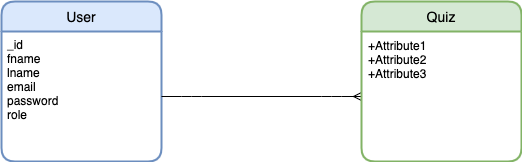
The draw.io diagram Quiz-App.png in thisisharrison/quiz-app, before a commit. Source tidied: cells renumbered, new cells last; positions are measured from the earlier drawing's top-left corner, leaving out a move shared by most shapes.
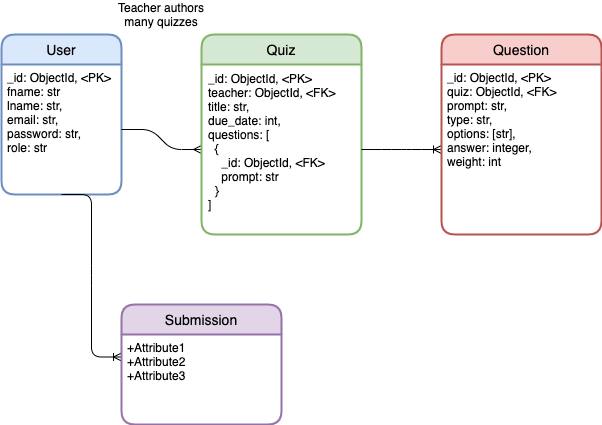
The same file after the commit.

The edit, as a diff of the source:
```diff
@@ -3,19 +3,40 @@
     <mxCell id="0" />
     <mxCell id="1" parent="0" />
     <mxCell id="2" value="User" style="swimlane;horizontal=1;startSize=30;rounded=1;fontSize=14;fontStyle=0;strokeWidth=2;shadow=0;dashed=0;align=center;fillColor=#dae8fc;strokeColor=#6c8ebf;" parent="1" vertex="1">
-      <mxGeometry width="160" height="160" as="geometry" />
+      <mxGeometry width="120" height="160" as="geometry" />
     </mxCell>
-    <mxCell id="3" value="_id&#10;fname&#10;lname&#10;email&#10;password&#10;role" style="align=left;strokeColor=none;fillColor=none;spacingLeft=4;fontSize=12;verticalAlign=top;spacingBottom=1;" parent="2" vertex="1">
-      <mxGeometry y="30" width="160" height="130" as="geometry" />
+    <mxCell id="3" value="_id: ObjectId, &lt;PK&gt;&#10;fname: str&#10;lname: str,&#10;email: str,&#10;password: str,&#10;role: str" style="align=left;strokeColor=none;fillColor=none;spacingLeft=4;fontSize=12;verticalAlign=top;spacingBottom=1;" parent="2" vertex="1">
+      <mxGeometry y="30" width="120" height="130" as="geometry" />
     </mxCell>
     <mxCell id="4" style="edgeStyle=entityRelationEdgeStyle;fontSize=12;html=1;endArrow=ERmany;exitX=1;exitY=0.5;exitDx=0;exitDy=0;entryX=0;entryY=0.5;entryDx=0;entryDy=0;" parent="1" edge="1" source="3" target="6">
       <mxGeometry relative="1" as="geometry" />
     </mxCell>
     <mxCell id="5" value="Quiz" style="swimlane;horizontal=1;startSize=30;rounded=1;fontSize=14;fontStyle=0;strokeWidth=2;shadow=0;dashed=0;align=center;fillColor=#d5e8d4;strokeColor=#82b366;" parent="1" vertex="1">
-      <mxGeometry x="360" width="160" height="160" as="geometry" />
+      <mxGeometry x="200" width="160" height="200" as="geometry" />
     </mxCell>
-    <mxCell id="6" value="+Attribute1&#10;+Attribute2&#10;+Attribute3" style="align=left;strokeColor=none;fillColor=none;spacingLeft=4;fontSize=12;verticalAlign=top;spacing=3;" parent="5" vertex="1">
-      <mxGeometry y="30" width="160" height="130" as="geometry" />
+    <mxCell id="6" value="_id: ObjectId, &lt;PK&gt; &#10;teacher: ObjectId, &lt;FK&gt;&#10;title: str,&#10;due_date: int,&#10;questions: [&#10;  {&#10;    _id: ObjectId, &lt;FK&gt;&#10;    prompt: str&#10;  }&#10;]" style="align=left;strokeColor=none;fillColor=none;spacingLeft=4;fontSize=12;verticalAlign=top;spacing=3;" parent="5" vertex="1">
+      <mxGeometry y="30" width="160" height="170" as="geometry" />
     </mxCell>
+    <mxCell id="7" value="Teacher authors many quizzes" style="text;html=1;strokeColor=none;fillColor=none;align=center;verticalAlign=middle;whiteSpace=wrap;rounded=0;fontFamily=Helvetica;" parent="1" vertex="1">
+      <mxGeometry x="100" y="-30" width="120" height="20" as="geometry" />
+    </mxCell>
+    <mxCell id="8" style="edgeStyle=entityRelationEdgeStyle;fontSize=12;html=1;endArrow=ERoneToMany;fontFamily=Helvetica;exitX=1;exitY=0.5;exitDx=0;exitDy=0;entryX=0;entryY=0.5;entryDx=0;entryDy=0;" parent="1" edge="1" source="6" target="10">
+      <mxGeometry relative="1" as="geometry" />
+    </mxCell>
+    <mxCell id="9" value="Question" style="swimlane;horizontal=1;startSize=30;rounded=1;fontSize=14;fontStyle=0;strokeWidth=2;shadow=0;dashed=0;align=center;fontFamily=Helvetica;fillColor=#f8cecc;strokeColor=#b85450;" parent="1" vertex="1">
+      <mxGeometry x="440" width="160" height="200" as="geometry" />
+    </mxCell>
+    <mxCell id="10" value="_id: ObjectId, &lt;PK&gt;&#10;quiz: ObjectId, &lt;FK&gt;&#10;prompt: str,&#10;type: str,&#10;options: [str],&#10;answer: integer,&#10;weight: int" style="align=left;strokeColor=none;fillColor=none;spacingLeft=4;fontSize=12;verticalAlign=top;" parent="9" vertex="1">
+      <mxGeometry y="30" width="160" height="170" as="geometry" />
+    </mxCell>
+    <mxCell id="11" style="edgeStyle=entityRelationEdgeStyle;fontSize=12;html=1;endArrow=ERoneToMany;fontFamily=Helvetica;exitX=0.5;exitY=1;exitDx=0;exitDy=0;entryX=0;entryY=0.25;entryDx=0;entryDy=0;" parent="1" edge="1" source="3" target="13">
+      <mxGeometry relative="1" as="geometry" />
+    </mxCell>
+    <mxCell id="12" value="Submission" style="swimlane;horizontal=1;startSize=30;rounded=1;fontSize=14;fontStyle=0;strokeWidth=2;shadow=0;dashed=0;align=center;fontFamily=Helvetica;fillColor=#e1d5e7;strokeColor=#9673a6;" parent="1" vertex="1">
+      <mxGeometry x="120" y="270" width="160" height="120" as="geometry" />
+    </mxCell>
+    <mxCell id="13" value="+Attribute1&#10;+Attribute2&#10;+Attribute3" style="align=left;strokeColor=none;fillColor=none;spacingLeft=4;fontSize=12;verticalAlign=top;" parent="12" vertex="1">
+      <mxGeometry y="30" width="160" height="90" as="geometry" />
+    </mxCell>
   </root>
 </mxGraphModel>
```
